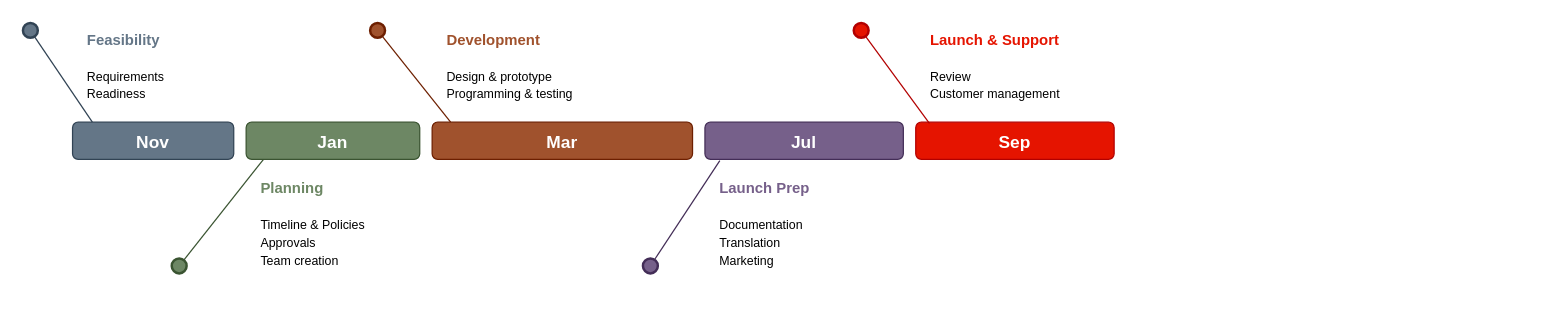
chiguaren3/drawio_project keeps this draw.io diagram as 时间轴.drawio. Above is the earlier version. Source tidied: cells renumbered, new cells numbered last; positions are measured from the earlier drawing's top-left corner, leaving out a move shared by most shapes. Both pictures are drawn from the tidied source at 124%, with x=0, y=0 at pixel (22, 22).
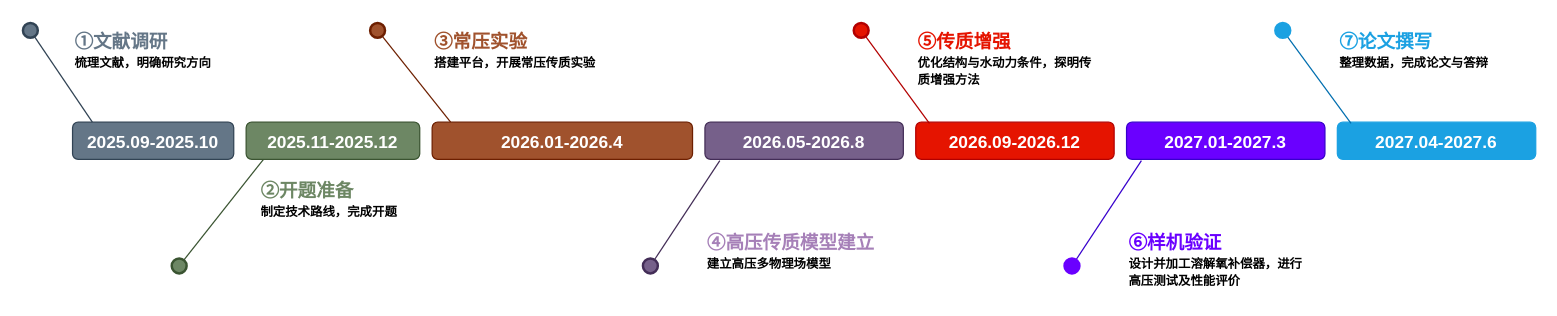
After the change.

Commit message:
更新时间轴.drawio

What changed in the source:
```diff
@@
-    <mxCell id="4" value="Nov" style="fillColor=#647687;strokecolor=none;rounded=1;fontColor=#ffffff;strokeColor=#314354;fontStyle=1;fontSize=14;" parent="1" vertex="1">
+    <mxCell id="4" value="2025.09-2025.10" style="fillColor=#647687;strokecolor=none;rounded=1;fontColor=#ffffff;strokeColor=#314354;fontStyle=1;fontSize=14;" parent="1" vertex="1">
       <mxGeometry x="40" y="80" width="130" height="30" as="geometry" />
     </mxCell>
-    <mxCell id="5" value="Jan" style="fillColor=#6d8764;strokecolor=none;rounded=1;fontColor=#ffffff;strokeColor=#3A5431;fontStyle=1;fontSize=14;" parent="1" vertex="1">
+    <mxCell id="5" value="2025.11-2025.12" style="fillColor=#6d8764;strokecolor=none;rounded=1;fontColor=#ffffff;strokeColor=#3A5431;fontStyle=1;fontSize=14;" parent="1" vertex="1">
       <mxGeometry x="180" y="80" width="140" height="30" as="geometry" />
     </mxCell>
-    <mxCell id="6" value="Mar" style="fillColor=#A0522D;strokecolor=none;rounded=1;fontColor=#ffffff;strokeColor=#6D1F00;fontStyle=1;fontSize=14;" parent="1" vertex="1">
+    <mxCell id="6" value="2026.01-2026.4" style="fillColor=#A0522D;strokecolor=none;rounded=1;fontColor=#ffffff;strokeColor=#6D1F00;fontStyle=1;fontSize=14;" parent="1" vertex="1">
       <mxGeometry x="330" y="80" width="210" height="30" as="geometry" />
     </mxCell>
-    <mxCell id="7" value="Jul" style="fillColor=#76608A;strokecolor=none;rounded=1;fontColor=#ffffff;strokeColor=#432D57;fontStyle=1;fontSize=14;" parent="1" vertex="1">
+    <mxCell id="7" value="2026.05-2026.8" style="fillColor=#76608A;strokecolor=none;rounded=1;fontColor=#ffffff;strokeColor=#432D57;fontStyle=1;fontSize=14;" parent="1" vertex="1">
       <mxGeometry x="550" y="80" width="160" height="30" as="geometry" />
     </mxCell>
-    <mxCell id="8" value="Sep" style="fillColor=#E51400;strokecolor=none;rounded=1;fontColor=#ffffff;strokeColor=#B20000;fontStyle=1;fontSize=14;" parent="1" vertex="1">
+    <mxCell id="8" value="2026.09-2026.12" style="fillColor=#E51400;strokecolor=none;rounded=1;fontColor=#ffffff;strokeColor=#B20000;fontStyle=1;fontSize=14;" parent="1" vertex="1">
       <mxGeometry x="720" y="80" width="160" height="30" as="geometry" />
     </mxCell>
-    <mxCell id="9" value="&lt;font style=&quot;font-size: 10px&quot;&gt;&lt;font style=&quot;font-size: 12px&quot; color=&quot;#647687&quot;&gt;&lt;b&gt;Feasibility&lt;/b&gt;&lt;/font&gt;&lt;br&gt;&lt;br&gt;&lt;font style=&quot;font-size: 10px&quot;&gt;&lt;span&gt;Requirements&lt;/span&gt;&lt;br&gt;&lt;font style=&quot;font-size: 10px&quot;&gt;Readiness&lt;/font&gt;&lt;/font&gt;&lt;br&gt;&lt;/font&gt;" style="rounded=1;strokeColor=none;fillColor=none;align=left;arcSize=12;verticalAlign=top;whiteSpace=wrap;html=1;fontSize=12;" parent="1" vertex="1">
-      <mxGeometry x="50" width="140" height="70" as="geometry" />
+    <mxCell id="9" value="&lt;font style=&quot;&quot;&gt;&lt;font style=&quot;font-size: 15px;&quot;&gt;&lt;b&gt;&lt;font color=&quot;#647687&quot; face=&quot;宋体&quot;&gt;①文献调研&lt;/font&gt;&lt;/b&gt;&lt;/font&gt;&lt;br&gt;&lt;font style=&quot;&quot;&gt;&lt;font face=&quot;宋体&quot; style=&quot;font-size: 10px;&quot;&gt;&lt;b style=&quot;&quot;&gt;梳理文献，明确研究方向&lt;/b&gt;&lt;/font&gt;&lt;/font&gt;&lt;br&gt;&lt;/font&gt;" style="rounded=1;strokeColor=none;fillColor=none;align=left;arcSize=12;verticalAlign=top;whiteSpace=wrap;html=1;fontSize=12;" parent="1" vertex="1">
+      <mxGeometry x="40" width="150" height="40" as="geometry" />
     </mxCell>
-    <mxCell id="10" value="&lt;font style=&quot;font-size: 10px&quot;&gt;&lt;font style=&quot;font-size: 12px&quot; color=&quot;#6d8764&quot;&gt;&lt;b&gt;Planning&lt;/b&gt;&lt;/font&gt;&lt;br&gt;&lt;br&gt;&lt;font size=&quot;1&quot;&gt;Timeline &amp;amp;&amp;nbsp;Policies&lt;br&gt;Approvals&lt;br&gt;Team creation&lt;br&gt;&lt;/font&gt;&lt;/font&gt;" style="rounded=1;strokeColor=none;fillColor=none;align=left;arcSize=12;verticalAlign=top;whiteSpace=wrap;html=1;fontSize=12;labelBackgroundColor=none;" parent="1" vertex="1">
-      <mxGeometry x="190" y="120" width="140" height="70" as="geometry" />
+    <mxCell id="10" value="&lt;font style=&quot;&quot;&gt;&lt;font face=&quot;宋体&quot; style=&quot;font-size: 15px;&quot;&gt;&lt;b&gt;&lt;font color=&quot;#6d8764&quot;&gt;②开题准备&lt;/font&gt;&lt;br&gt;&lt;/b&gt;&lt;/font&gt;&lt;font style=&quot;font-size: 10px;&quot; face=&quot;宋体&quot;&gt;&lt;b&gt;制定技术路线，完成开题&lt;/b&gt;&lt;/font&gt;&lt;/font&gt;" style="rounded=1;strokeColor=none;fillColor=none;align=left;arcSize=12;verticalAlign=top;whiteSpace=wrap;html=1;fontSize=12;labelBackgroundColor=none;" parent="1" vertex="1">
+      <mxGeometry x="190" y="120" width="140" height="40" as="geometry" />
     </mxCell>
-    <mxCell id="11" value="&lt;font&gt;&lt;b&gt;&lt;font color=&quot;#a0522d&quot;&gt;Development&lt;/font&gt;&lt;/b&gt;&lt;br&gt;&lt;br&gt;&lt;font size=&quot;1&quot; style=&quot;font-size: 10px&quot;&gt;Design &amp;amp; prototype&lt;br&gt;Programming &amp;amp; testing&lt;br&gt;&lt;/font&gt;&lt;/font&gt;" style="rounded=1;strokeColor=none;fillColor=none;align=left;arcSize=12;verticalAlign=top;whiteSpace=wrap;html=1;fontSize=12;labelBackgroundColor=none;" parent="1" vertex="1">
-      <mxGeometry x="340" width="140" height="70" as="geometry" />
-    </mxCell>
-    <mxCell id="12" value="&lt;font&gt;&lt;font color=&quot;#76608a&quot; style=&quot;font-size: 12px&quot;&gt;&lt;span&gt;&lt;b&gt;Launch Prep&lt;/b&gt;&lt;/span&gt;&lt;/font&gt;&lt;br&gt;&lt;font style=&quot;font-size: 10px&quot;&gt;&lt;br&gt;Documentation&lt;br&gt;Translation&lt;br&gt;&lt;/font&gt;&lt;font style=&quot;font-size: 10px&quot;&gt;Marketing&lt;/font&gt;&lt;br&gt;&lt;/font&gt;" style="rounded=1;strokeColor=none;fillColor=none;align=left;arcSize=12;verticalAlign=top;whiteSpace=wrap;html=1;fontSize=12;labelBackgroundColor=none;" parent="1" vertex="1">
-      <mxGeometry x="560" y="120" width="140" height="70" as="geometry" />
-    </mxCell>
-    <mxCell id="13" value="&lt;font style=&quot;font-size: 10px&quot;&gt;&lt;font style=&quot;font-size: 12px&quot; color=&quot;#e51400&quot;&gt;&lt;b&gt;Launch &amp;amp; Support&lt;/b&gt;&lt;/font&gt;&lt;br&gt;&lt;br&gt;Review&lt;br&gt;Customer management&lt;br&gt;&lt;/font&gt;" style="rounded=1;strokeColor=none;fillColor=none;align=left;arcSize=12;verticalAlign=top;whiteSpace=wrap;html=1;fontSize=12;labelBackgroundColor=none;" parent="1" vertex="1">
-      <mxGeometry x="730" width="140" height="70" as="geometry" />
-    </mxCell>
@@
+    <mxCell id="22" value="2027.04-2027.6" style="fillColor=#1ba1e2;strokecolor=none;rounded=1;strokeColor=light-dark(#1ba1e2, #51afe7);fontStyle=1;fontSize=14;fontColor=#ffffff;" parent="1" vertex="1">
+      <mxGeometry x="1060" y="80" width="160" height="30" as="geometry" />
+    </mxCell>
+    <mxCell id="23" style="edgeStyle=none;rounded=0;jettySize=auto;html=1;entryX=0.069;entryY=0.033;entryDx=0;entryDy=0;entryPerimeter=0;fontColor=#76608A;endArrow=none;endFill=0;strokeColor=#006EAF;fillColor=#1ba1e2;" parent="1" edge="1" source="24" target="22">
+      <mxGeometry relative="1" as="geometry" />
+    </mxCell>
+    <mxCell id="24" style="ellipse;whiteSpace=wrap;html=1;shadow=0;fillColor=light-dark(#1ba1e2, #1d293b);strokeColor=light-dark(#1ba1e2, #5c79a3);fontSize=16;align=center;strokeWidth=2;" parent="1" vertex="1">
+      <mxGeometry x="1010" width="12" height="12" as="geometry" />
+    </mxCell>
+    <mxCell id="25" value="2027.01-2027.3" style="fillColor=#6a00ff;strokecolor=none;rounded=1;strokeColor=#3700CC;fontStyle=1;fontSize=14;fontColor=#ffffff;" parent="1" vertex="1">
+      <mxGeometry x="890" y="80" width="160" height="30" as="geometry" />
+    </mxCell>
+    <mxCell id="26" style="edgeStyle=none;rounded=0;jettySize=auto;html=1;entryX=0.075;entryY=1.033;entryDx=0;entryDy=0;entryPerimeter=0;fontColor=#6D8764;endArrow=none;endFill=0;strokeColor=#3700CC;fillColor=#6a00ff;" parent="1" edge="1" source="27" target="25">
+      <mxGeometry relative="1" as="geometry" />
+    </mxCell>
+    <mxCell id="27" style="ellipse;whiteSpace=wrap;html=1;shadow=0;fillColor=#6a00ff;strokeColor=light-dark(#6a00ff, #efc0ff);fontSize=16;align=center;strokeWidth=2;fontColor=#ffffff;" parent="1" vertex="1">
+      <mxGeometry x="840" y="190" width="12" height="12" as="geometry" />
+    </mxCell>
+    <mxCell id="28" value="&lt;font style=&quot;&quot;&gt;&lt;font style=&quot;color: light-dark(rgb(160, 82, 45), rgb(237, 237, 237));&quot;&gt;&lt;font style=&quot;font-size: 15px;&quot;&gt;&lt;b&gt;&lt;font face=&quot;宋体&quot;&gt;③常压实验&lt;/font&gt;&lt;/b&gt;&lt;/font&gt;&lt;br&gt;&lt;/font&gt;&lt;font style=&quot;&quot;&gt;&lt;font face=&quot;宋体&quot; style=&quot;font-size: 10px;&quot;&gt;&lt;b style=&quot;&quot;&gt;搭建平台，开展常压传质实验&lt;/b&gt;&lt;/font&gt;&lt;/font&gt;&lt;br&gt;&lt;/font&gt;" style="rounded=1;strokeColor=none;fillColor=none;align=left;arcSize=12;verticalAlign=top;whiteSpace=wrap;html=1;fontSize=12;" parent="1" vertex="1">
+      <mxGeometry x="330" width="150" height="40" as="geometry" />
+    </mxCell>
+    <mxCell id="29" value="&lt;font style=&quot;&quot;&gt;&lt;font style=&quot;font-size: 15px;&quot;&gt;&lt;b&gt;&lt;font face=&quot;宋体&quot; style=&quot;color: rgb(166, 128, 184);&quot;&gt;④高压传质模型建立&lt;/font&gt;&lt;/b&gt;&lt;/font&gt;&lt;br&gt;&lt;font style=&quot;&quot;&gt;&lt;font face=&quot;宋体&quot; style=&quot;font-size: 10px;&quot;&gt;&lt;b style=&quot;&quot;&gt;建立高压多物理场模型&lt;/b&gt;&lt;/font&gt;&lt;/font&gt;&lt;br&gt;&lt;/font&gt;" style="rounded=1;strokeColor=none;fillColor=none;align=left;arcSize=12;verticalAlign=top;whiteSpace=wrap;html=1;fontSize=12;" parent="1" vertex="1">
+      <mxGeometry x="550" y="162" width="150" height="48" as="geometry" />
+    </mxCell>
+    <mxCell id="30" value="&lt;font style=&quot;&quot;&gt;&lt;font style=&quot;color: light-dark(rgb(229, 20, 0), rgb(237, 237, 237));&quot;&gt;&lt;font style=&quot;font-size: 15px;&quot;&gt;&lt;b&gt;&lt;font face=&quot;宋体&quot;&gt;⑤传质增强&lt;/font&gt;&lt;/b&gt;&lt;/font&gt;&lt;br&gt;&lt;/font&gt;&lt;font style=&quot;&quot;&gt;&lt;font face=&quot;宋体&quot; style=&quot;font-size: 10px;&quot;&gt;&lt;b style=&quot;&quot;&gt;优化结构与水动力条件，探明传质增强方法&lt;/b&gt;&lt;/font&gt;&lt;/font&gt;&lt;br&gt;&lt;/font&gt;" style="rounded=1;strokeColor=none;fillColor=none;align=left;arcSize=12;verticalAlign=top;whiteSpace=wrap;html=1;fontSize=12;" parent="1" vertex="1">
+      <mxGeometry x="720" width="150" height="60" as="geometry" />
+    </mxCell>
+    <mxCell id="31" value="&lt;font style=&quot;&quot;&gt;&lt;font style=&quot;&quot;&gt;&lt;font style=&quot;font-size: 15px;&quot;&gt;&lt;b style=&quot;&quot;&gt;&lt;font face=&quot;宋体&quot; style=&quot;color: light-dark(rgb(106, 0, 255), rgb(237, 237, 237));&quot;&gt;⑥样机验证&lt;/font&gt;&lt;/b&gt;&lt;/font&gt;&lt;br&gt;&lt;/font&gt;&lt;font style=&quot;&quot;&gt;&lt;font face=&quot;宋体&quot; style=&quot;font-size: 10px;&quot;&gt;&lt;b style=&quot;&quot;&gt;设计并加工溶解氧补偿器，进行高压测试及性能评价&lt;/b&gt;&lt;/font&gt;&lt;/font&gt;&lt;br&gt;&lt;/font&gt;" style="rounded=1;strokeColor=none;fillColor=none;align=left;arcSize=12;verticalAlign=top;whiteSpace=wrap;html=1;fontSize=12;" parent="1" vertex="1">
+      <mxGeometry x="890" y="162" width="150" height="58" as="geometry" />
+    </mxCell>
+    <mxCell id="32" value="&lt;font style=&quot;&quot;&gt;&lt;font style=&quot;color: light-dark(rgb(27, 161, 226), rgb(237, 237, 237));&quot;&gt;&lt;font style=&quot;font-size: 15px;&quot;&gt;&lt;b style=&quot;&quot;&gt;&lt;font face=&quot;宋体&quot; style=&quot;&quot;&gt;⑦论文撰写&lt;/font&gt;&lt;/b&gt;&lt;/font&gt;&lt;br&gt;&lt;/font&gt;&lt;font face=&quot;宋体&quot;&gt;&lt;span style=&quot;font-size: 10px;&quot;&gt;&lt;b&gt;整理数据，完成论文与答辩&lt;/b&gt;&lt;/span&gt;&lt;/font&gt;&lt;/font&gt;" style="rounded=1;strokeColor=none;fillColor=none;align=left;arcSize=12;verticalAlign=top;whiteSpace=wrap;html=1;fontSize=12;" parent="1" vertex="1">
+      <mxGeometry x="1060" width="150" height="40" as="geometry" />
+    </mxCell>
```
